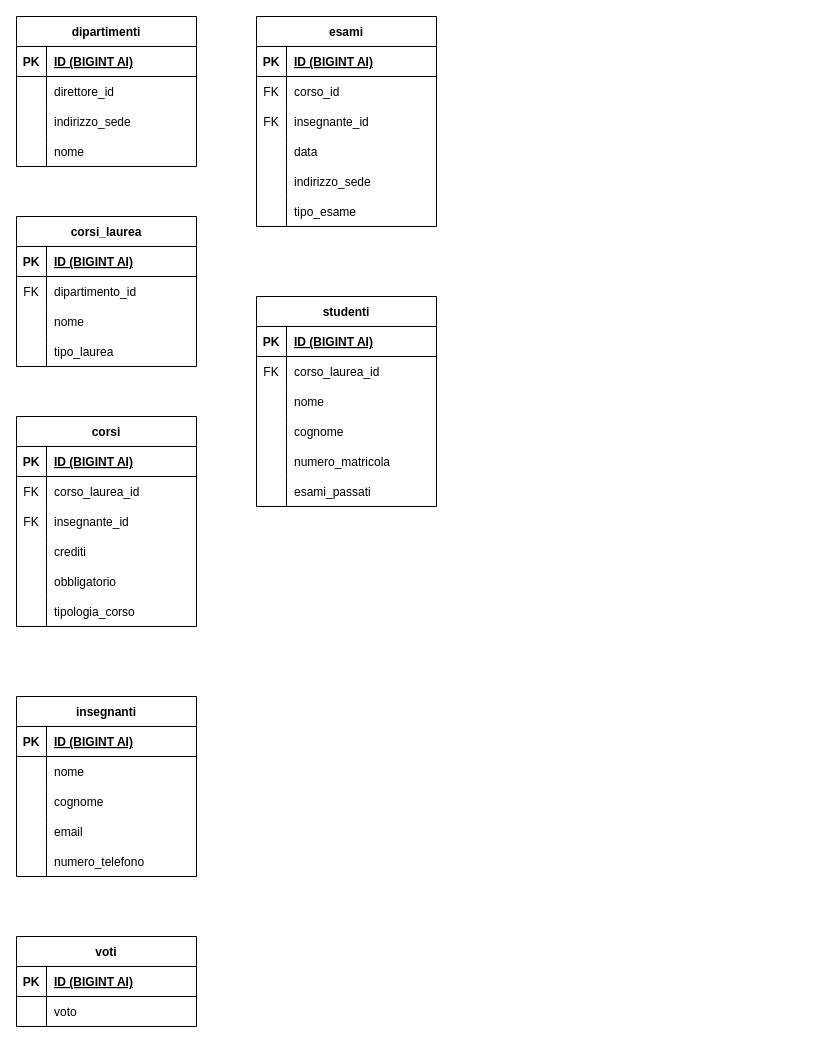
Before: schema.drawio in Giulia-Ciampelli/db-university, a draw.io diagram. Source tidied: cells renumbered, new cells numbered last; positions are measured from the earlier drawing's top-left corner, leaving out a move shared by most shapes. Both pictures are drawn from the tidied source at 100%, with x=0, y=0 at pixel (16, 16).
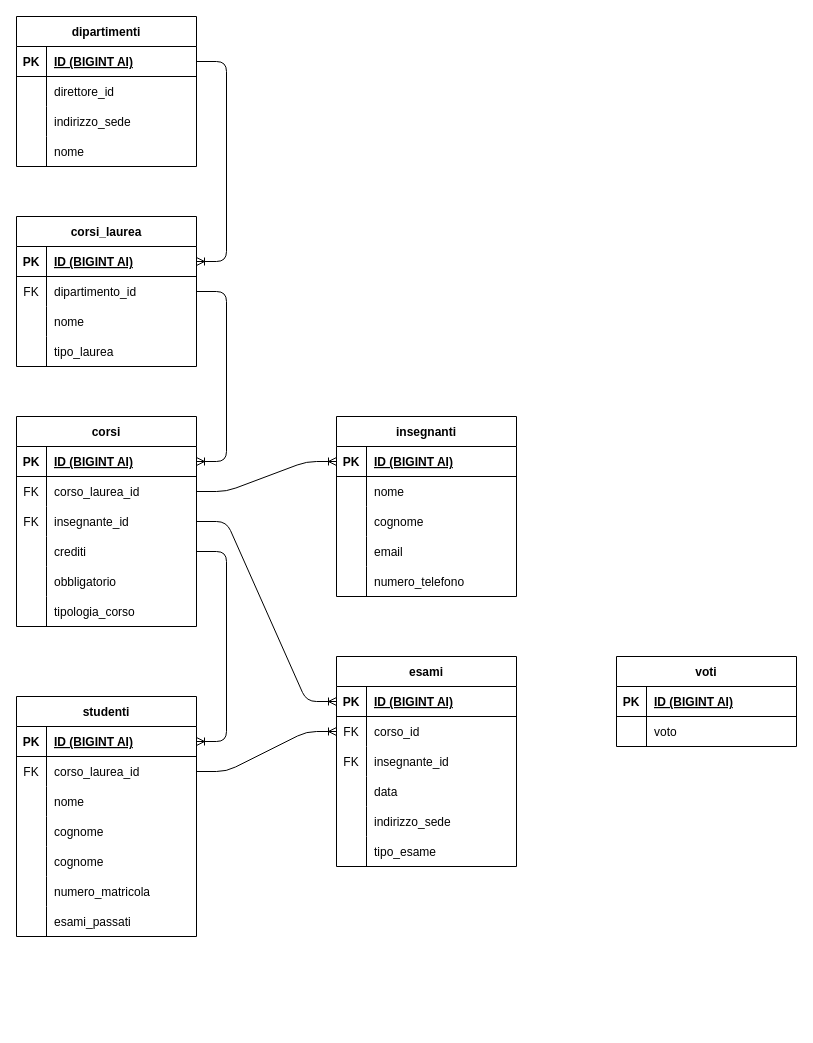
The same diagram, later.

Commit message (it also covers changes not shown here):
type of data, start realtionships

Unchanged cells that the change refers to:
```xml
<mxCell id="3" style="shape=tableRow;horizontal=0;startSize=0;swimlaneHead=0;swimlaneBody=0;fillColor=none;points=[[0,0.5],[1,0.5]];portConstraint=eastwest;top=0;left=0;right=0;bottom=1;" parent="2" vertex="1">
  <mxGeometry y="30" width="180" height="30" as="geometry" />
</mxCell>
<mxCell id="16" style="shape=tableRow;horizontal=0;startSize=0;swimlaneHead=0;swimlaneBody=0;fillColor=none;points=[[0,0.5],[1,0.5]];portConstraint=eastwest;top=0;left=0;right=0;bottom=1;" parent="15" vertex="1">
  <mxGeometry y="30" width="180" height="30" as="geometry" />
</mxCell>
<mxCell id="19" style="shape=tableRow;horizontal=0;startSize=0;swimlaneHead=0;swimlaneBody=0;fillColor=none;points=[[0,0.5],[1,0.5]];portConstraint=eastwest;top=0;left=0;right=0;bottom=0;" parent="15" vertex="1">
  <mxGeometry y="60" width="180" height="30" as="geometry" />
</mxCell>
<mxCell id="29" style="shape=tableRow;horizontal=0;startSize=0;swimlaneHead=0;swimlaneBody=0;fillColor=none;points=[[0,0.5],[1,0.5]];portConstraint=eastwest;top=0;left=0;right=0;bottom=1;" parent="28" vertex="1">
  <mxGeometry y="30" width="180" height="30" as="geometry" />
</mxCell>
<mxCell id="32" style="shape=tableRow;horizontal=0;startSize=0;swimlaneHead=0;swimlaneBody=0;fillColor=none;points=[[0,0.5],[1,0.5]];portConstraint=eastwest;top=0;left=0;right=0;bottom=0;" parent="28" vertex="1">
  <mxGeometry y="60" width="180" height="30" as="geometry" />
</mxCell>
<mxCell id="35" style="shape=tableRow;horizontal=0;startSize=0;swimlaneHead=0;swimlaneBody=0;fillColor=none;points=[[0,0.5],[1,0.5]];portConstraint=eastwest;top=0;left=0;right=0;bottom=0;" parent="28" vertex="1">
  <mxGeometry y="90" width="180" height="30" as="geometry" />
</mxCell>
<mxCell id="38" style="shape=tableRow;horizontal=0;startSize=0;swimlaneHead=0;swimlaneBody=0;fillColor=none;points=[[0,0.5],[1,0.5]];portConstraint=eastwest;top=0;left=0;right=0;bottom=0;" parent="28" vertex="1">
  <mxGeometry y="120" width="180" height="30" as="geometry" />
</mxCell>
<mxCell id="48" style="shape=tableRow;horizontal=0;startSize=0;swimlaneHead=0;swimlaneBody=0;fillColor=none;points=[[0,0.5],[1,0.5]];portConstraint=eastwest;top=0;left=0;right=0;bottom=1;" parent="47" vertex="1">
  <mxGeometry y="30" width="180" height="30" as="geometry" />
</mxCell>
<mxCell id="71" style="shape=tableRow;horizontal=0;startSize=0;swimlaneHead=0;swimlaneBody=0;fillColor=none;points=[[0,0.5],[1,0.5]];portConstraint=eastwest;top=0;left=0;right=0;bottom=1;" parent="70" vertex="1">
  <mxGeometry y="30" width="180" height="30" as="geometry" />
</mxCell>
<mxCell id="74" style="shape=tableRow;horizontal=0;startSize=0;swimlaneHead=0;swimlaneBody=0;fillColor=none;points=[[0,0.5],[1,0.5]];portConstraint=eastwest;top=0;left=0;right=0;bottom=0;" parent="70" vertex="1">
  <mxGeometry y="60" width="180" height="30" as="geometry" />
</mxCell>
<mxCell id="90" style="shape=tableRow;horizontal=0;startSize=0;swimlaneHead=0;swimlaneBody=0;fillColor=none;points=[[0,0.5],[1,0.5]];portConstraint=eastwest;top=0;left=0;right=0;bottom=1;" parent="89" vertex="1">
  <mxGeometry y="30" width="180" height="30" as="geometry" />
</mxCell>
<mxCell id="93" style="shape=tableRow;horizontal=0;startSize=0;swimlaneHead=0;swimlaneBody=0;fillColor=none;points=[[0,0.5],[1,0.5]];portConstraint=eastwest;top=0;left=0;right=0;bottom=0;" parent="89" vertex="1">
  <mxGeometry y="60" width="180" height="30" as="geometry" />
</mxCell>
```

Diff of the diagram source:
```diff
@@
     <mxCell id="47" value="insegnanti" style="shape=table;startSize=30;childLayout=tableLayout;rowLines=0;fontStyle=1;align=center;" parent="1" vertex="1">
-      <mxGeometry y="680" width="180" height="180" as="geometry" />
+      <mxGeometry x="320" y="400" width="180" height="180" as="geometry" />
     </mxCell>
@@
     <mxCell id="63" value="voti" style="shape=table;startSize=30;childLayout=tableLayout;rowLines=0;fontStyle=1;align=center;" parent="1" vertex="1">
-      <mxGeometry y="920" width="180" height="90" as="geometry" />
+      <mxGeometry x="600" y="640" width="180" height="90" as="geometry" />
     </mxCell>
@@
     <mxCell id="70" value="esami" style="shape=table;startSize=30;childLayout=tableLayout;rowLines=0;fontStyle=1;align=center;" parent="1" vertex="1">
-      <mxGeometry x="240" width="180" height="210" as="geometry" />
+      <mxGeometry x="320" y="640" width="180" height="210" as="geometry" />
     </mxCell>
@@
     <mxCell id="89" value="studenti" style="shape=table;startSize=30;childLayout=tableLayout;rowLines=0;fontStyle=1;align=center;" parent="1" vertex="1">
-      <mxGeometry x="240" y="280" width="180" height="210" as="geometry" />
+      <mxGeometry y="680" width="180" height="240" as="geometry" />
     </mxCell>
@@
+    <mxCell id="108" style="shape=tableRow;horizontal=0;startSize=0;swimlaneHead=0;swimlaneBody=0;fillColor=none;top=0;left=0;right=0;bottom=0;" parent="89" vertex="1">
+      <mxGeometry y="120" width="180" height="30" as="geometry" />
+    </mxCell>
+    <mxCell id="109" style="shape=partialRectangle;fillColor=none;top=0;left=0;bottom=0;right=0;overflow=hidden;" parent="108" vertex="1">
+      <mxGeometry width="30" height="30" as="geometry" />
+    </mxCell>
+    <mxCell id="110" value="cognome" style="shape=partialRectangle;fillColor=none;top=0;left=0;bottom=0;right=0;align=left;spacingLeft=6;overflow=hidden;" parent="108" vertex="1">
+      <mxGeometry x="30" width="150" height="30" as="geometry" />
+    </mxCell>
     <mxCell id="99" style="shape=tableRow;horizontal=0;startSize=0;swimlaneHead=0;swimlaneBody=0;fillColor=none;top=0;left=0;right=0;bottom=0;" parent="89" vertex="1">
-      <mxGeometry y="120" width="180" height="30" as="geometry" />
+      <mxGeometry y="150" width="180" height="30" as="geometry" />
     </mxCell>
@@
     <mxCell id="102" style="shape=tableRow;horizontal=0;startSize=0;swimlaneHead=0;swimlaneBody=0;fillColor=none;top=0;left=0;right=0;bottom=0;" parent="89" vertex="1">
-      <mxGeometry y="150" width="180" height="30" as="geometry" />
+      <mxGeometry y="180" width="180" height="30" as="geometry" />
     </mxCell>
@@
     <mxCell id="105" style="shape=tableRow;horizontal=0;startSize=0;swimlaneHead=0;swimlaneBody=0;fillColor=none;top=0;left=0;right=0;bottom=0;" parent="89" vertex="1">
-      <mxGeometry y="180" width="180" height="30" as="geometry" />
+      <mxGeometry y="210" width="180" height="30" as="geometry" />
     </mxCell>
@@
+    <mxCell id="111" style="edgeStyle=entityRelationEdgeStyle;fontSize=12;html=1;endArrow=ERoneToMany;exitX=1;exitY=0.5;exitDx=0;exitDy=0;" parent="1" edge="1" source="3" target="16">
+      <mxGeometry relative="1" as="geometry" />
+    </mxCell>
+    <mxCell id="112" style="edgeStyle=entityRelationEdgeStyle;fontSize=12;html=1;endArrow=ERoneToMany;exitX=1;exitY=0.5;exitDx=0;exitDy=0;entryX=1;entryY=0.5;entryDx=0;entryDy=0;" parent="1" edge="1" source="19" target="29">
+      <mxGeometry relative="1" as="geometry" />
+    </mxCell>
+    <mxCell id="113" style="edgeStyle=entityRelationEdgeStyle;fontSize=12;html=1;endArrow=ERoneToMany;exitX=1;exitY=0.5;exitDx=0;exitDy=0;" parent="1" edge="1" source="32" target="48">
+      <mxGeometry relative="1" as="geometry" />
+    </mxCell>
+    <mxCell id="114" style="edgeStyle=entityRelationEdgeStyle;fontSize=12;html=1;endArrow=ERoneToMany;exitX=1;exitY=0.5;exitDx=0;exitDy=0;entryX=0;entryY=0.5;entryDx=0;entryDy=0;" parent="1" edge="1" source="35" target="71">
+      <mxGeometry relative="1" as="geometry" />
+    </mxCell>
+    <mxCell id="115" style="edgeStyle=entityRelationEdgeStyle;fontSize=12;html=1;endArrow=ERoneToMany;entryX=1;entryY=0.5;entryDx=0;entryDy=0;" parent="1" edge="1" source="38" target="90">
+      <mxGeometry relative="1" as="geometry" />
+    </mxCell>
+    <mxCell id="116" style="edgeStyle=entityRelationEdgeStyle;fontSize=12;html=1;endArrow=ERoneToMany;exitX=1;exitY=0.5;exitDx=0;exitDy=0;entryX=0;entryY=0.5;entryDx=0;entryDy=0;" parent="1" edge="1" source="93" target="74">
+      <mxGeometry relative="1" as="geometry" />
+    </mxCell>
```
